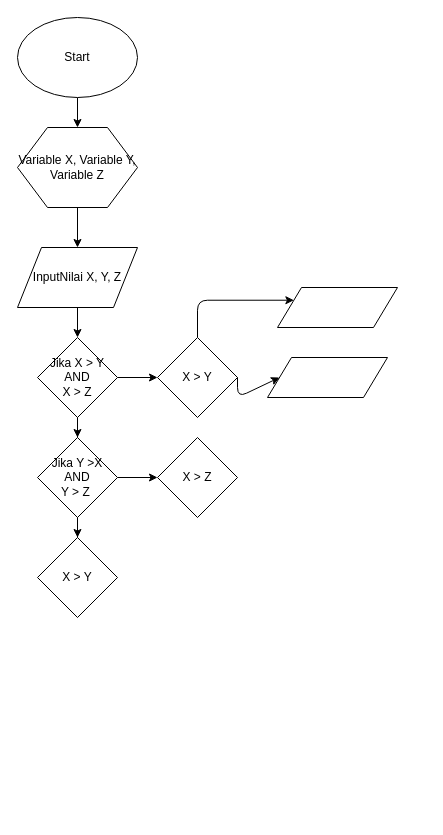
Before: QuizPakBro No 4.drawio in suryaindra23/belajar, a draw.io diagram. Source tidied: cells renumbered, new cells numbered last; positions are measured from the earlier drawing's top-left corner, leaving out a move shared by most shapes. Both pictures are drawn from the tidied source at 100%, with x=0, y=0 at pixel (17, 17).
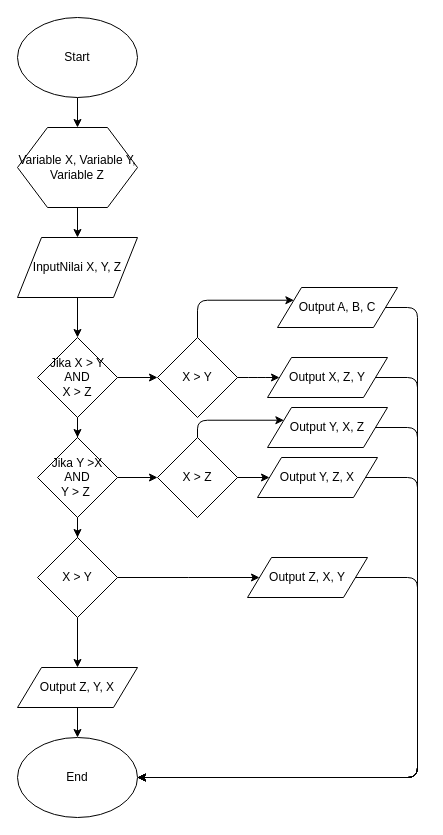
The same page after the edit.

Unchanged cells that the change refers to:
```xml
<mxCell id="14" value="X &amp;gt; Y" style="rhombus;whiteSpace=wrap;html=1;" parent="1" vertex="1">
  <mxGeometry x="20" y="520" width="80" height="80" as="geometry" />
</mxCell>
<mxCell id="15" value="X &amp;gt; Z" style="rhombus;whiteSpace=wrap;html=1;" parent="1" vertex="1">
  <mxGeometry x="140" y="420" width="80" height="80" as="geometry" />
</mxCell>
<mxCell id="16" value="X &amp;gt; Y" style="rhombus;whiteSpace=wrap;html=1;" parent="1" vertex="1">
  <mxGeometry x="140" y="320" width="80" height="80" as="geometry" />
</mxCell>
```

The edit, as a diff of the source:
```diff
@@
     <mxCell id="7" value="InputNilai X, Y, Z" style="shape=parallelogram;perimeter=parallelogramPerimeter;whiteSpace=wrap;html=1;" parent="1" vertex="1">
-      <mxGeometry y="230" width="120" height="60" as="geometry" />
+      <mxGeometry y="220" width="120" height="60" as="geometry" />
     </mxCell>
@@
+    <mxCell id="21" style="edgeStyle=orthogonalEdgeStyle;rounded=0;jettySize=auto;html=1;" parent="1" edge="1" source="14">
+      <mxGeometry relative="1" as="geometry">
+        <mxPoint x="242" y="560" as="targetPoint" />
+      </mxGeometry>
+    </mxCell>
+    <mxCell id="22" style="edgeStyle=orthogonalEdgeStyle;rounded=0;jettySize=auto;html=1;" parent="1" edge="1" source="14" target="29">
+      <mxGeometry relative="1" as="geometry" />
+    </mxCell>
@@
+    <mxCell id="23" style="edgeStyle=orthogonalEdgeStyle;rounded=0;jettySize=auto;html=1;" parent="1" edge="1" source="15" target="25">
+      <mxGeometry relative="1" as="geometry" />
+    </mxCell>
@@
-    <mxCell id="17" style="shape=parallelogram;perimeter=parallelogramPerimeter;whiteSpace=wrap;html=1;" parent="1" vertex="1">
+    <mxCell id="17" value="Output A, B, C" style="shape=parallelogram;perimeter=parallelogramPerimeter;whiteSpace=wrap;html=1;" parent="1" vertex="1">
       <mxGeometry x="260" y="270" width="120" height="40" as="geometry" />
     </mxCell>
-    <mxCell id="18" style="shape=parallelogram;perimeter=parallelogramPerimeter;whiteSpace=wrap;html=1;" parent="1" vertex="1">
+    <mxCell id="18" value="Output X, Z, Y" style="shape=parallelogram;perimeter=parallelogramPerimeter;whiteSpace=wrap;html=1;" parent="1" vertex="1">
       <mxGeometry x="250" y="340" width="120" height="40" as="geometry" />
     </mxCell>
@@
     <mxCell id="20" style="edgeStyle=elbowEdgeStyle;elbow=horizontal;endArrow=classic;html=1;exitX=1;exitY=0.5;exitDx=0;exitDy=0;entryX=0;entryY=0.5;entryDx=0;entryDy=0;" parent="1" edge="1" source="16" target="18">
-      <mxGeometry relative="1" as="geometry">
-        <Array as="points">
-          <mxPoint x="220" y="380" />
-        </Array>
-      </mxGeometry>
+      <mxGeometry relative="1" as="geometry" />
     </mxCell>
+    <mxCell id="24" value="Output Y, X, Z" style="shape=parallelogram;perimeter=parallelogramPerimeter;whiteSpace=wrap;html=1;" parent="1" vertex="1">
+      <mxGeometry x="250" y="390" width="120" height="40" as="geometry" />
+    </mxCell>
+    <mxCell id="25" value="Output Y, Z, X" style="shape=parallelogram;perimeter=parallelogramPerimeter;whiteSpace=wrap;html=1;" parent="1" vertex="1">
+      <mxGeometry x="240" y="440" width="120" height="40" as="geometry" />
+    </mxCell>
+    <mxCell id="26" style="edgeStyle=elbowEdgeStyle;elbow=horizontal;endArrow=classic;html=1;exitX=0.5;exitY=0;exitDx=0;exitDy=0;entryX=0;entryY=0.25;entryDx=0;entryDy=0;" parent="1" edge="1" source="15" target="24">
+      <mxGeometry relative="1" as="geometry">
+        <Array as="points">
+          <mxPoint x="180" y="410" />
+        </Array>
+      </mxGeometry>
+    </mxCell>
+    <mxCell id="27" value="Output Z, X, Y" style="shape=parallelogram;perimeter=parallelogramPerimeter;whiteSpace=wrap;html=1;" parent="1" vertex="1">
+      <mxGeometry x="230" y="540" width="120" height="40" as="geometry" />
+    </mxCell>
+    <mxCell id="28" style="edgeStyle=orthogonalEdgeStyle;rounded=0;jettySize=auto;html=1;" parent="1" edge="1" source="29" target="30">
+      <mxGeometry relative="1" as="geometry" />
+    </mxCell>
+    <mxCell id="29" value="Output Z, Y, X" style="shape=parallelogram;perimeter=parallelogramPerimeter;whiteSpace=wrap;html=1;" parent="1" vertex="1">
+      <mxGeometry y="650" width="120" height="40" as="geometry" />
+    </mxCell>
+    <mxCell id="30" value="End" style="ellipse;whiteSpace=wrap;html=1;" parent="1" vertex="1">
+      <mxGeometry y="720" width="120" height="80" as="geometry" />
+    </mxCell>
+    <mxCell id="31" style="edgeStyle=elbowEdgeStyle;elbow=horizontal;endArrow=classic;html=1;exitX=1;exitY=0.5;exitDx=0;exitDy=0;entryX=1;entryY=0.5;entryDx=0;entryDy=0;" parent="1" edge="1" source="17" target="30">
+      <mxGeometry relative="1" as="geometry">
+        <Array as="points">
+          <mxPoint x="400" y="520" />
+        </Array>
+      </mxGeometry>
+    </mxCell>
+    <mxCell id="32" style="edgeStyle=elbowEdgeStyle;elbow=horizontal;endArrow=classic;html=1;exitX=1;exitY=0.5;exitDx=0;exitDy=0;entryX=1;entryY=0.5;entryDx=0;entryDy=0;" parent="1" edge="1" source="18" target="30">
+      <mxGeometry relative="1" as="geometry">
+        <Array as="points">
+          <mxPoint x="400" y="570" />
+        </Array>
+      </mxGeometry>
+    </mxCell>
+    <mxCell id="33" style="edgeStyle=elbowEdgeStyle;elbow=horizontal;endArrow=classic;html=1;exitX=1;exitY=0.5;exitDx=0;exitDy=0;entryX=1;entryY=0.5;entryDx=0;entryDy=0;" parent="1" edge="1" source="24" target="30">
+      <mxGeometry relative="1" as="geometry">
+        <Array as="points">
+          <mxPoint x="400" y="580" />
+        </Array>
+      </mxGeometry>
+    </mxCell>
+    <mxCell id="34" style="edgeStyle=elbowEdgeStyle;elbow=horizontal;endArrow=classic;html=1;exitX=1;exitY=0.5;exitDx=0;exitDy=0;entryX=1;entryY=0.5;entryDx=0;entryDy=0;" parent="1" edge="1" source="25" target="30">
+      <mxGeometry relative="1" as="geometry">
+        <Array as="points">
+          <mxPoint x="400" y="620" />
+        </Array>
+      </mxGeometry>
+    </mxCell>
+    <mxCell id="35" style="edgeStyle=elbowEdgeStyle;elbow=horizontal;endArrow=classic;html=1;exitX=1;exitY=0.5;exitDx=0;exitDy=0;entryX=1;entryY=0.5;entryDx=0;entryDy=0;" parent="1" edge="1" source="27" target="30">
+      <mxGeometry relative="1" as="geometry">
+        <Array as="points">
+          <mxPoint x="400" y="660" />
+        </Array>
+      </mxGeometry>
+    </mxCell>
```
